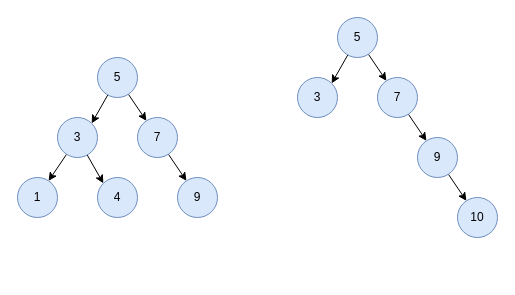
Earlier version of the draw.io diagram MySQL 的 B+Tree/MySQL 的 B+Tree.drawio (zero-97/picture-of-the-article). Source tidied: cells renumbered, new cells numbered last; positions are measured from the earlier drawing's top-left corner, leaving out a move shared by most shapes. Both pictures are drawn from the tidied source at 100%, with x=0, y=0 at pixel (17, 17).
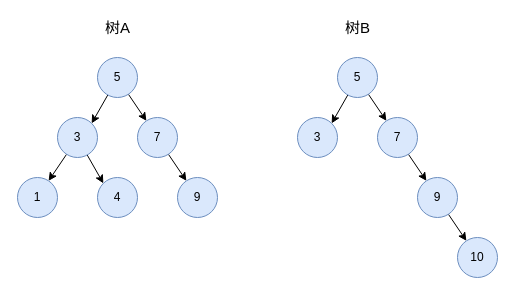
The same page after the edit.

Diff of the diagram source:
```diff
@@
     <mxCell id="15" value="5" style="ellipse;whiteSpace=wrap;html=1;fillColor=#dae8fc;strokeColor=#6c8ebf;" parent="1" vertex="1">
-      <mxGeometry x="320" width="40" height="40" as="geometry" />
+      <mxGeometry x="320" y="40" width="40" height="40" as="geometry" />
     </mxCell>
     <mxCell id="16" value="3" style="ellipse;whiteSpace=wrap;html=1;fillColor=#dae8fc;strokeColor=#6c8ebf;" parent="1" vertex="1">
-      <mxGeometry x="280" y="60" width="40" height="40" as="geometry" />
+      <mxGeometry x="280" y="100" width="40" height="40" as="geometry" />
     </mxCell>
@@
     <mxCell id="18" value="7" style="ellipse;whiteSpace=wrap;html=1;fillColor=#dae8fc;strokeColor=#6c8ebf;" parent="1" vertex="1">
-      <mxGeometry x="360" y="60" width="40" height="40" as="geometry" />
+      <mxGeometry x="360" y="100" width="40" height="40" as="geometry" />
     </mxCell>
@@
     <mxCell id="20" value="9" style="ellipse;whiteSpace=wrap;html=1;fillColor=#dae8fc;strokeColor=#6c8ebf;" parent="1" vertex="1">
-      <mxGeometry x="400" y="120" width="40" height="40" as="geometry" />
+      <mxGeometry x="400" y="160" width="40" height="40" as="geometry" />
     </mxCell>
     <mxCell id="21" value="10" style="ellipse;whiteSpace=wrap;html=1;fillColor=#dae8fc;strokeColor=#6c8ebf;" parent="1" vertex="1">
-      <mxGeometry x="440" y="180" width="40" height="40" as="geometry" />
+      <mxGeometry x="440" y="220" width="40" height="40" as="geometry" />
     </mxCell>
+    <mxCell id="22" value="树A" style="text;html=1;align=center;verticalAlign=middle;strokeColor=none;fillColor=none;fontSize=15;" parent="1" vertex="1">
+      <mxGeometry x="80" width="40" height="20" as="geometry" />
+    </mxCell>
+    <mxCell id="23" value="树B" style="text;html=1;align=center;verticalAlign=middle;strokeColor=none;fillColor=none;fontSize=15;" parent="1" vertex="1">
+      <mxGeometry x="320" width="40" height="20" as="geometry" />
+    </mxCell>
```
